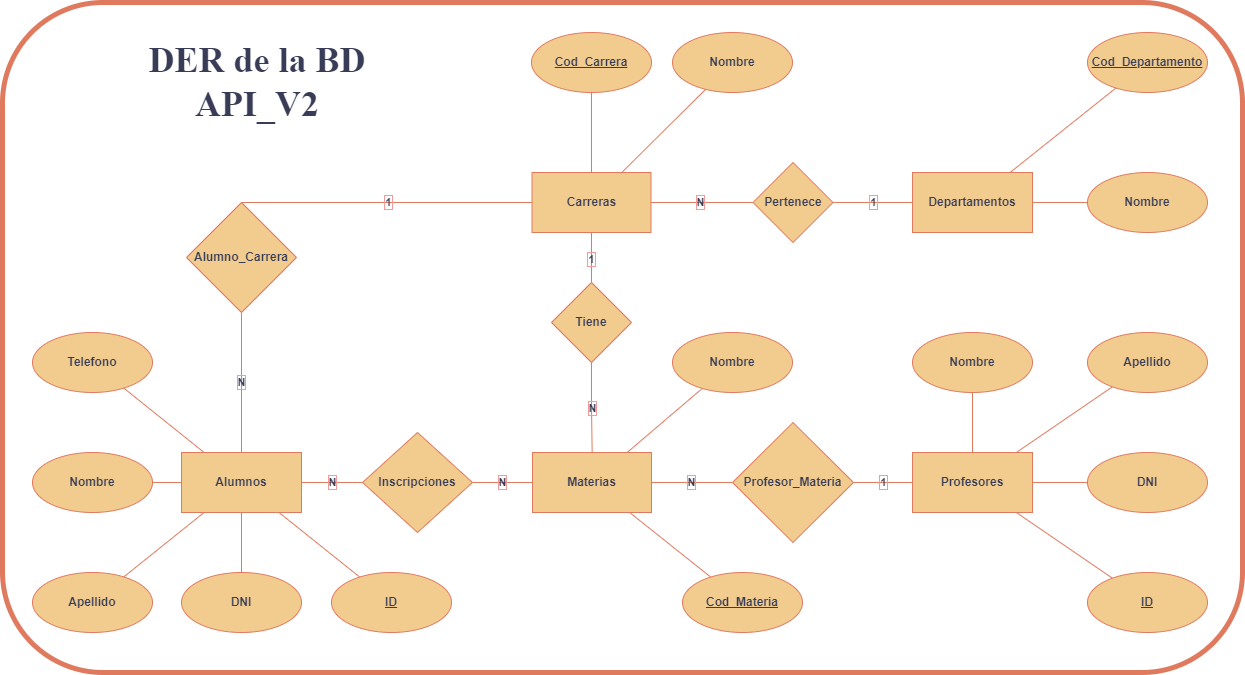
Before: DER_DB_API_V2.png, a diagram exported from draw.io (mauriciopintos/API_EP_2022). Source tidied: cells renumbered, new cells last; positions are measured from the earlier drawing's top-left corner, leaving out a move shared by most shapes.
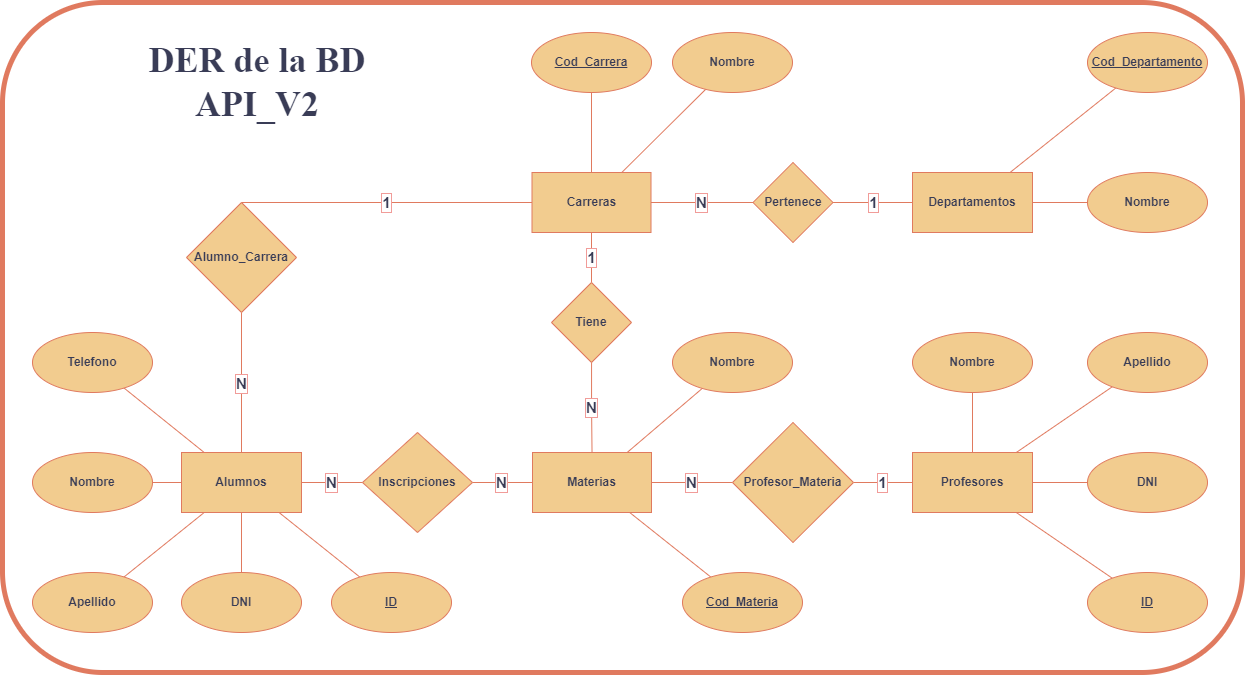
Later version of the same file.

Commit message:
Incorporo DER al repositorio

What changed in the source:
```diff
@@ -2,10 +2,13 @@
   <root>
     <mxCell id="0" />
     <mxCell id="1" parent="0" />
+    <mxCell id="53" style="rounded=1;whiteSpace=wrap;html=1;strokeColor=#E07A5F;fontFamily=Helvetica;fontSize=15;fontColor=#393C56;fillColor=none;strokeWidth=5;fontStyle=1;" parent="1" vertex="1">
+      <mxGeometry width="1240" height="670" as="geometry" />
+    </mxCell>
-    <mxCell id="2" value="1" style="edgeStyle=orthogonalEdgeStyle;rounded=0;jettySize=auto;html=1;endArrow=none;endFill=0;labelBackgroundColor=none;strokeColor=#E07A5F;fontColor=#393C56;fontStyle=1;labelBorderColor=#F19C99;" parent="1" edge="1" source="6" target="8">
+    <mxCell id="2" value="1" style="edgeStyle=orthogonalEdgeStyle;rounded=0;jettySize=auto;html=1;endArrow=none;endFill=0;labelBackgroundColor=#FFFFFF;strokeColor=#E07A5F;fontColor=#393C56;fontStyle=1;labelBorderColor=#F19C99;fontSize=15;" parent="1" edge="1" source="6" target="8">
       <mxGeometry relative="1" as="geometry" />
     </mxCell>
-    <mxCell id="3" value="N" style="rounded=0;jettySize=auto;html=1;endArrow=none;endFill=0;labelBackgroundColor=none;strokeColor=#E07A5F;fontColor=#393C56;fontStyle=1;labelBorderColor=#F19C99;" parent="1" edge="1" source="6" target="31">
+    <mxCell id="3" value="N" style="rounded=0;jettySize=auto;html=1;endArrow=none;endFill=0;labelBackgroundColor=#FFFFFF;strokeColor=#E07A5F;fontColor=#393C56;fontStyle=1;labelBorderColor=#F19C99;fontSize=15;" parent="1" edge="1" source="6" target="31">
       <mxGeometry relative="1" as="geometry" />
     </mxCell>
     <mxCell id="4" style="rounded=0;jettySize=auto;html=1;strokeColor=#E07A5F;fontColor=#393C56;fillColor=#F2CC8F;endArrow=none;endFill=0;fontStyle=1;" parent="1" edge="1" source="6" target="43">
@@ -17,16 +20,16 @@
     <mxCell id="6" value="Carreras" style="whiteSpace=wrap;html=1;align=center;rounded=0;fillColor=#F2CC8F;strokeColor=#E07A5F;fontColor=#393C56;fontStyle=1;" parent="1" vertex="1">
       <mxGeometry x="529.5" y="170" width="119" height="60" as="geometry" />
     </mxCell>
-    <mxCell id="7" value="N" style="edgeStyle=orthogonalEdgeStyle;rounded=0;jettySize=auto;html=1;endArrow=none;endFill=0;labelBackgroundColor=none;strokeColor=#E07A5F;fontColor=#393C56;fontStyle=1;labelBorderColor=#F19C99;" parent="1" edge="1" source="8" target="13">
+    <mxCell id="7" value="N" style="edgeStyle=orthogonalEdgeStyle;rounded=0;jettySize=auto;html=1;endArrow=none;endFill=0;labelBackgroundColor=#FFFFFF;strokeColor=#E07A5F;fontColor=#393C56;fontStyle=1;labelBorderColor=#F19C99;fontSize=15;" parent="1" edge="1" source="8" target="13">
       <mxGeometry relative="1" as="geometry" />
     </mxCell>
     <mxCell id="8" value="Tiene" style="rhombus;whiteSpace=wrap;html=1;rounded=0;fillColor=#F2CC8F;strokeColor=#E07A5F;fontColor=#393C56;fontStyle=1;" parent="1" vertex="1">
       <mxGeometry x="549" y="280" width="80" height="80" as="geometry" />
     </mxCell>
-    <mxCell id="9" value="N" style="edgeStyle=orthogonalEdgeStyle;rounded=0;jettySize=auto;html=1;endArrow=none;endFill=0;labelBackgroundColor=none;strokeColor=#E07A5F;fontColor=#393C56;fontStyle=1;labelBorderColor=#F19C99;" parent="1" edge="1" source="13" target="15">
+    <mxCell id="9" value="N" style="edgeStyle=orthogonalEdgeStyle;rounded=0;jettySize=auto;html=1;endArrow=none;endFill=0;labelBackgroundColor=#FFFFFF;strokeColor=#E07A5F;fontColor=#393C56;fontStyle=1;labelBorderColor=#F19C99;fontSize=15;" parent="1" edge="1" source="13" target="15">
       <mxGeometry relative="1" as="geometry" />
     </mxCell>
-    <mxCell id="10" value="N" style="edgeStyle=orthogonalEdgeStyle;rounded=0;jettySize=auto;html=1;endArrow=none;endFill=0;labelBackgroundColor=none;strokeColor=#E07A5F;fontColor=#393C56;fontStyle=1;labelBorderColor=#F19C99;" parent="1" edge="1" source="13" target="22">
+    <mxCell id="10" value="N" style="edgeStyle=orthogonalEdgeStyle;rounded=0;jettySize=auto;html=1;endArrow=none;endFill=0;labelBackgroundColor=#FFFFFF;strokeColor=#E07A5F;fontColor=#393C56;fontStyle=1;labelBorderColor=#F19C99;fontSize=15;" parent="1" edge="1" source="13" target="22">
       <mxGeometry relative="1" as="geometry" />
     </mxCell>
     <mxCell id="11" style="edgeStyle=none;rounded=0;jettySize=auto;html=1;strokeColor=#E07A5F;fontColor=#393C56;endArrow=none;endFill=0;fillColor=#F2CC8F;labelBackgroundColor=#F4F1DE;fontStyle=1;" parent="1" edge="1" source="13" target="40">
@@ -38,7 +41,7 @@
     <mxCell id="13" value="Materias" style="whiteSpace=wrap;html=1;rounded=0;fillColor=#F2CC8F;strokeColor=#E07A5F;fontColor=#393C56;fontStyle=1;" parent="1" vertex="1">
       <mxGeometry x="530" y="450" width="119" height="60" as="geometry" />
     </mxCell>
-    <mxCell id="14" value="1" style="rounded=0;jettySize=auto;html=1;endArrow=none;endFill=0;labelBackgroundColor=none;strokeColor=#E07A5F;fontColor=#393C56;fontStyle=1;labelBorderColor=#F19C99;" parent="1" edge="1" source="15" target="20">
+    <mxCell id="14" value="1" style="rounded=0;jettySize=auto;html=1;endArrow=none;endFill=0;labelBackgroundColor=#FFFFFF;strokeColor=#E07A5F;fontColor=#393C56;fontStyle=1;labelBorderColor=#F19C99;fontSize=15;" parent="1" edge="1" source="15" target="20">
       <mxGeometry relative="1" as="geometry" />
     </mxCell>
     <mxCell id="15" value="Profesor_Materia" style="rhombus;whiteSpace=wrap;html=1;rounded=0;fillColor=#F2CC8F;strokeColor=#E07A5F;fontColor=#393C56;fontStyle=1;" parent="1" vertex="1">
@@ -59,7 +62,7 @@
     <mxCell id="20" value="Profesores" style="whiteSpace=wrap;html=1;rounded=0;fillColor=#F2CC8F;strokeColor=#E07A5F;fontColor=#393C56;fontStyle=1;" parent="1" vertex="1">
       <mxGeometry x="910" y="450" width="120" height="60" as="geometry" />
     </mxCell>
-    <mxCell id="21" value="N" style="edgeStyle=orthogonalEdgeStyle;rounded=0;jettySize=auto;html=1;endArrow=none;endFill=0;labelBackgroundColor=none;strokeColor=#E07A5F;fontColor=#393C56;fontStyle=1;labelBorderColor=#F19C99;" parent="1" edge="1" source="22" target="29">
+    <mxCell id="21" value="N" style="edgeStyle=orthogonalEdgeStyle;rounded=0;jettySize=auto;html=1;endArrow=none;endFill=0;labelBackgroundColor=#FFFFFF;strokeColor=#E07A5F;fontColor=#393C56;fontStyle=1;labelBorderColor=#F19C99;fontSize=15;" parent="1" edge="1" source="22" target="29">
       <mxGeometry relative="1" as="geometry" />
     </mxCell>
     <mxCell id="22" value="Inscripciones" style="rhombus;whiteSpace=wrap;html=1;rounded=0;fillColor=#F2CC8F;strokeColor=#E07A5F;fontColor=#393C56;fontStyle=1;" parent="1" vertex="1">
@@ -77,7 +80,7 @@
     <mxCell id="26" style="edgeStyle=none;rounded=0;jettySize=auto;html=1;strokeColor=#E07A5F;fontColor=#393C56;endArrow=none;endFill=0;fillColor=#F2CC8F;labelBackgroundColor=#F4F1DE;fontStyle=1;" parent="1" edge="1" source="29" target="39">
       <mxGeometry relative="1" as="geometry" />
     </mxCell>
-    <mxCell id="27" value="N" style="edgeStyle=none;rounded=0;jettySize=auto;html=1;strokeColor=#E07A5F;fontColor=#393C56;endArrow=none;endFill=0;fillColor=#F2CC8F;labelBackgroundColor=none;fontStyle=1;labelBorderColor=#F19C99;" parent="1" edge="1" source="29" target="42">
+    <mxCell id="27" value="N" style="edgeStyle=none;rounded=0;jettySize=auto;html=1;strokeColor=#E07A5F;fontColor=#393C56;endArrow=none;endFill=0;fillColor=#F2CC8F;labelBackgroundColor=#FFFFFF;fontStyle=1;labelBorderColor=#F19C99;fontSize=15;" parent="1" edge="1" source="29" target="42">
       <mxGeometry relative="1" as="geometry" />
     </mxCell>
     <mxCell id="28" style="rounded=0;jettySize=auto;html=1;endArrow=none;endFill=0;fillColor=#ffe6cc;strokeColor=#E07A5F;fontStyle=1;" parent="1" edge="1" source="29" target="47">
@@ -86,7 +89,7 @@
     <mxCell id="29" value="Alumnos" style="whiteSpace=wrap;html=1;rounded=0;fillColor=#F2CC8F;strokeColor=#E07A5F;fontColor=#393C56;fontStyle=1;" parent="1" vertex="1">
       <mxGeometry x="179" y="450" width="120" height="60" as="geometry" />
     </mxCell>
-    <mxCell id="30" value="1" style="rounded=0;jettySize=auto;html=1;endArrow=none;endFill=0;labelBackgroundColor=none;strokeColor=#E07A5F;fontColor=#393C56;fontStyle=1;labelBorderColor=#F19C99;" parent="1" edge="1" source="31" target="34">
+    <mxCell id="30" value="1" style="rounded=0;jettySize=auto;html=1;endArrow=none;endFill=0;labelBackgroundColor=#FFFFFF;strokeColor=#E07A5F;fontColor=#393C56;fontStyle=1;labelBorderColor=#F19C99;fontSize=15;" parent="1" edge="1" source="31" target="34">
       <mxGeometry relative="1" as="geometry" />
     </mxCell>
     <mxCell id="31" value="Pertenece" style="rhombus;whiteSpace=wrap;html=1;rounded=0;fillColor=#F2CC8F;strokeColor=#E07A5F;fontColor=#393C56;fontStyle=1;" parent="1" vertex="1">
@@ -119,7 +122,7 @@
     <mxCell id="40" value="Nombre" style="ellipse;whiteSpace=wrap;html=1;fillColor=#F2CC8F;strokeColor=#E07A5F;fontColor=#393C56;rounded=0;fontStyle=1;" parent="1" vertex="1">
       <mxGeometry x="670" y="330" width="120" height="60" as="geometry" />
     </mxCell>
-    <mxCell id="41" value="1" style="edgeStyle=none;rounded=0;jettySize=auto;html=1;exitX=0.5;exitY=0;exitDx=0;exitDy=0;entryX=0;entryY=0.5;entryDx=0;entryDy=0;strokeColor=#E07A5F;fontColor=#393C56;endArrow=none;endFill=0;fillColor=#F2CC8F;labelBackgroundColor=none;fontStyle=1;labelBorderColor=#F19C99;" parent="1" edge="1" source="42" target="6">
+    <mxCell id="41" value="1" style="edgeStyle=none;rounded=0;jettySize=auto;html=1;exitX=0.5;exitY=0;exitDx=0;exitDy=0;entryX=0;entryY=0.5;entryDx=0;entryDy=0;strokeColor=#E07A5F;fontColor=#393C56;endArrow=none;endFill=0;fillColor=#F2CC8F;labelBackgroundColor=#FFFFFF;fontStyle=1;labelBorderColor=#F19C99;fontSize=15;" parent="1" edge="1" source="42" target="6">
       <mxGeometry relative="1" as="geometry" />
     </mxCell>
     <mxCell id="42" value="Alumno_Carrera" style="rhombus;whiteSpace=wrap;html=1;fillColor=#F2CC8F;strokeColor=#E07A5F;fontColor=#393C56;rounded=0;fontStyle=1;" parent="1" vertex="1">
@@ -158,9 +161,6 @@
         <mxPoint x="10" y="330" as="targetPoint" />
       </mxGeometry>
     </mxCell>
-    <mxCell id="53" style="rounded=1;whiteSpace=wrap;html=1;strokeColor=#E07A5F;fontFamily=Helvetica;fontSize=12;fontColor=#393C56;fillColor=none;strokeWidth=5;" parent="1" vertex="1">
-      <mxGeometry width="1240" height="670" as="geometry" />
-    </mxCell>
     <mxCell id="54" value="&lt;h1&gt;&lt;font face=&quot;Times New Roman&quot; style=&quot;font-size: 36px;&quot;&gt;&lt;b style=&quot;&quot;&gt;DER de la BD API_V2&lt;/b&gt;&lt;/font&gt;&lt;/h1&gt;" style="text;html=1;strokeColor=none;fillColor=none;align=center;verticalAlign=middle;whiteSpace=wrap;rounded=0;fontFamily=Helvetica;fontSize=12;fontColor=#393C56;" parent="1" vertex="1">
       <mxGeometry x="100" y="30" width="310" height="100" as="geometry" />
     </mxCell>
```
